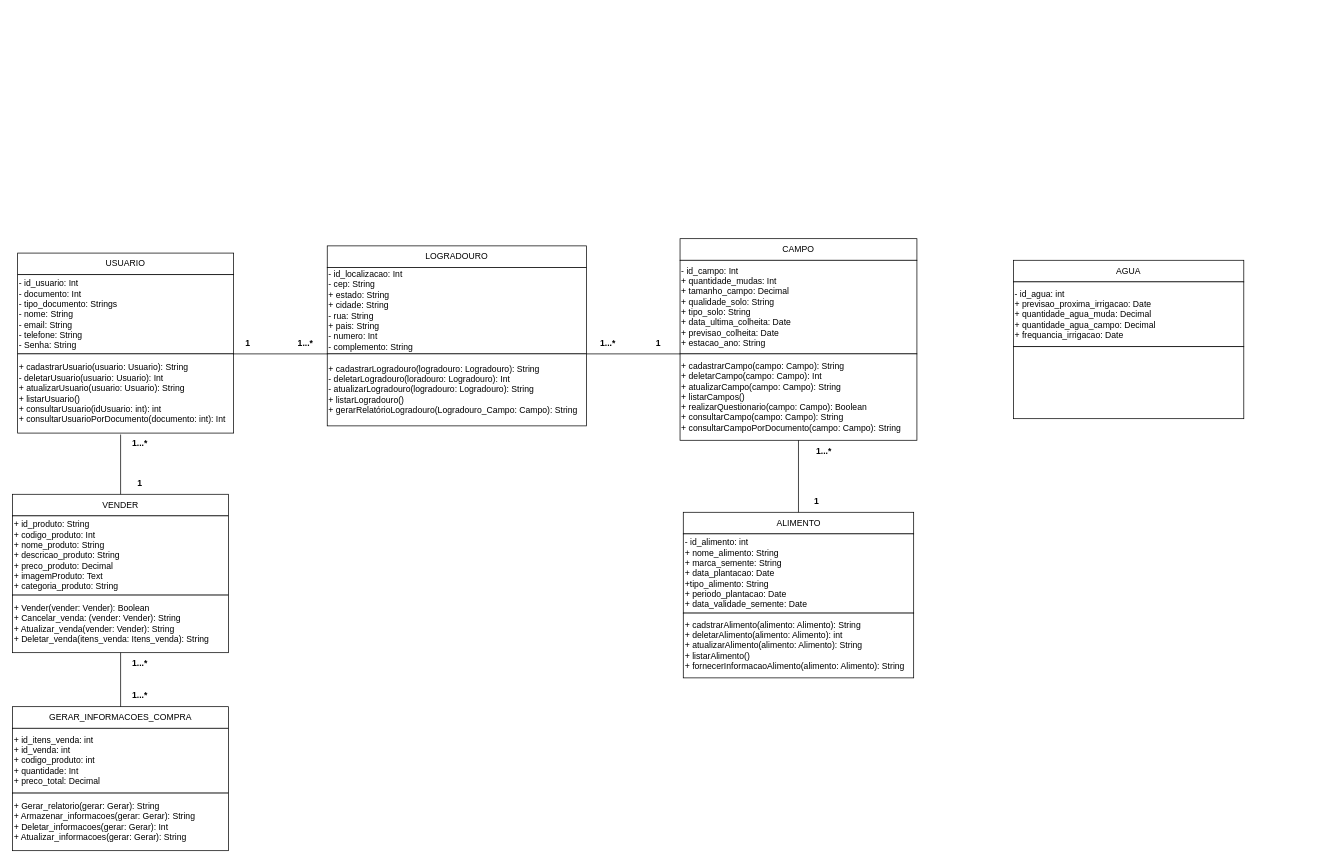
Before: Diagrama de Classes.drawio in Thiago163/POC_MUNDO_VERDE, a draw.io diagram. Source tidied: cells renumbered, new cells numbered last; positions are measured from the earlier drawing's top-left corner, leaving out a move shared by most shapes. Both pictures are drawn from the tidied source at 72%, with x=0, y=0 at pixel (12, 238).
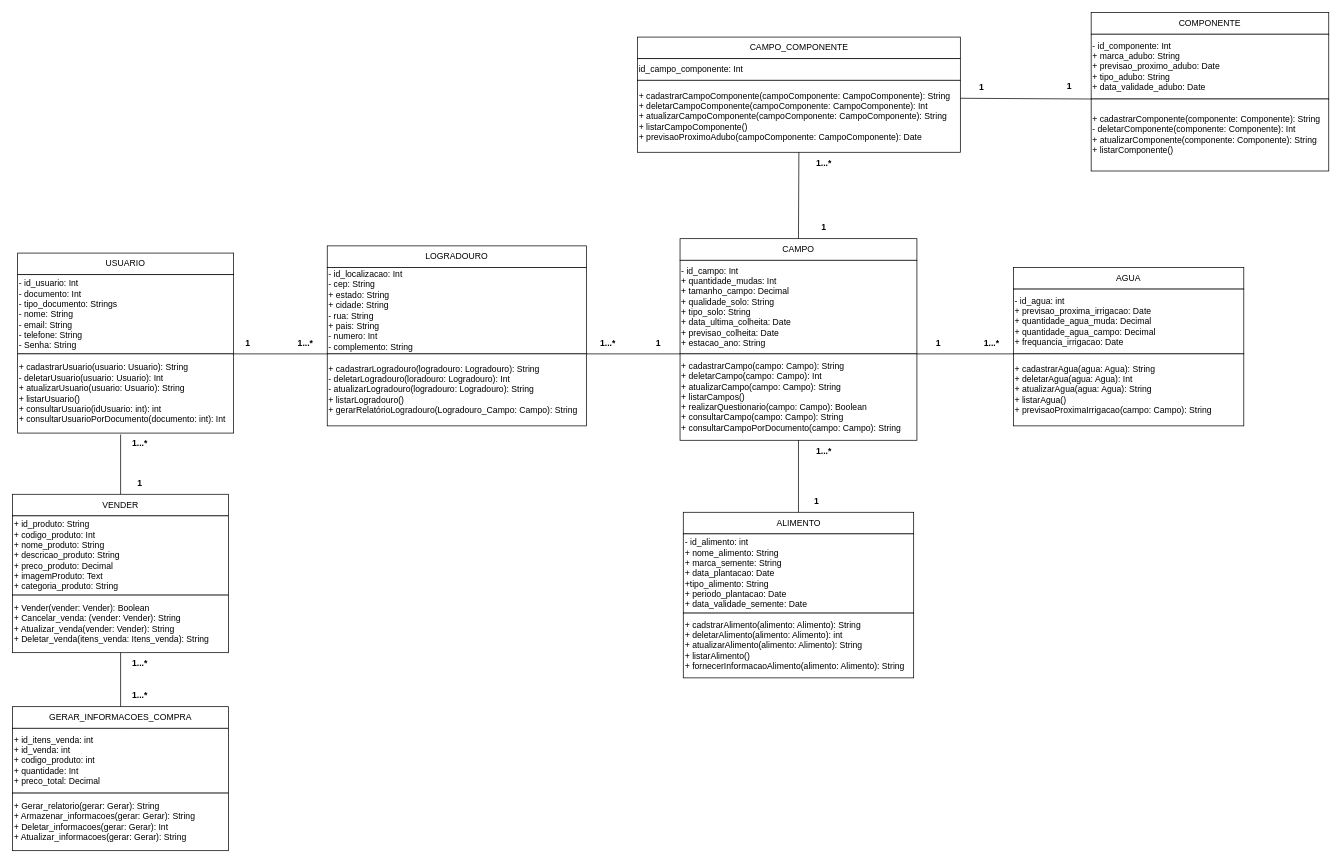
The same page after the edit.

The change refers to these unchanged cells:
```xml
<mxCell id="10" value="CAMPO" style="rounded=0;whiteSpace=wrap;html=1;" parent="1" vertex="1">
  <mxGeometry x="927" width="329" height="30" as="geometry" />
</mxCell>
<mxCell id="11" value="- id_campo: Int&lt;div&gt;+ quantidade_mudas: Int&lt;/div&gt;&lt;div&gt;&lt;span style=&quot;background-color: initial;&quot;&gt;+ tamanho_campo: Decimal&lt;/span&gt;&lt;/div&gt;&lt;div&gt;+ qualidade_solo: String&lt;/div&gt;&lt;div&gt;+ tipo_solo: String&lt;/div&gt;&lt;div&gt;+ data_ultima_colheita: Date&lt;/div&gt;&lt;div&gt;+ previsao_colheita: Date&lt;/div&gt;&lt;div&gt;+ estacao_ano: String&lt;/div&gt;" style="rounded=0;whiteSpace=wrap;html=1;align=left;" parent="1" vertex="1">
  <mxGeometry x="927" y="30" width="329" height="130" as="geometry" />
</mxCell>
```

Diff of the diagram source:
```diff
@@
     <mxCell id="36" value="AGUA" style="rounded=0;whiteSpace=wrap;html=1;" parent="1" vertex="1">
-      <mxGeometry x="1390" y="30" width="320" height="30" as="geometry" />
+      <mxGeometry x="1390" y="40" width="320" height="30" as="geometry" />
     </mxCell>
     <mxCell id="37" value="- id_agua: int&lt;div&gt;+ previsao_proxima_irrigacao: Date&lt;/div&gt;&lt;div&gt;+ quantidade_agua_muda: Decimal&lt;/div&gt;&lt;div&gt;+ quantidade_agua_campo: Decimal&lt;/div&gt;&lt;div&gt;+ frequancia_irrigacao: Date&lt;/div&gt;" style="rounded=0;whiteSpace=wrap;html=1;align=left;" parent="1" vertex="1">
-      <mxGeometry x="1390" y="60" width="320" height="90" as="geometry" />
+      <mxGeometry x="1390" y="70" width="320" height="90" as="geometry" />
     </mxCell>
-    <mxCell id="38" style="rounded=0;whiteSpace=wrap;html=1;align=left;" parent="1" vertex="1">
-      <mxGeometry x="1390" y="150" width="320" height="100" as="geometry" />
+    <mxCell id="38" value="+ cadastrarAgua(agua: Agua): String&lt;div&gt;+ deletarAgua(agua: Agua): Int&lt;/div&gt;&lt;div&gt;+ atualizarAgua(agua: Agua): String&lt;/div&gt;&lt;div&gt;+ listarAgua()&lt;/div&gt;&lt;div&gt;+ previsaoProximaIrrigacao(campo: Campo): String&lt;/div&gt;" style="rounded=0;whiteSpace=wrap;html=1;align=left;" parent="1" vertex="1">
+      <mxGeometry x="1390" y="160" width="320" height="100" as="geometry" />
     </mxCell>
+    <mxCell id="39" style="endArrow=none;html=1;rounded=0;exitX=1;exitY=1;exitDx=0;exitDy=0;entryX=0;entryY=1;entryDx=0;entryDy=0;" parent="1" edge="1" source="11" target="37">
+      <mxGeometry relative="1" as="geometry" />
+    </mxCell>
+    <mxCell id="40" value="&lt;b&gt;1...*&lt;/b&gt;" style="text;html=1;align=center;verticalAlign=middle;whiteSpace=wrap;rounded=0;" parent="1" vertex="1">
+      <mxGeometry x="1330" y="130" width="60" height="30" as="geometry" />
+    </mxCell>
+    <mxCell id="41" value="&lt;b&gt;1&lt;/b&gt;" style="text;html=1;align=center;verticalAlign=middle;whiteSpace=wrap;rounded=0;" parent="1" vertex="1">
+      <mxGeometry x="1256" y="130" width="60" height="30" as="geometry" />
+    </mxCell>
+    <mxCell id="42" value="CAMPO_COMPONENTE" style="rounded=0;whiteSpace=wrap;html=1;" parent="1" vertex="1">
+      <mxGeometry x="867.8" y="-280" width="448.5" height="30" as="geometry" />
+    </mxCell>
+    <mxCell id="43" value="id_campo_componente: Int" style="rounded=0;whiteSpace=wrap;html=1;align=left;" parent="1" vertex="1">
+      <mxGeometry x="867.8" y="-250" width="448.5" height="30" as="geometry" />
+    </mxCell>
+    <mxCell id="44" value="+ cadastrarCampoComponente(campoComponente: CampoComponente): String&lt;div&gt;+ deletarCampoComponente&lt;span style=&quot;background-color: initial;&quot;&gt;(campoComponente: CampoComponente): Int&lt;/span&gt;&lt;/div&gt;&lt;div&gt;&lt;span style=&quot;background-color: initial;&quot;&gt;+ atualizarCampoComponente&lt;/span&gt;&lt;span style=&quot;background-color: initial;&quot;&gt;(campoComponente: CampoComponente): String&lt;/span&gt;&lt;/div&gt;&lt;div&gt;&lt;span style=&quot;background-color: initial;&quot;&gt;+ listarCampoComponente()&lt;/span&gt;&lt;/div&gt;&lt;div&gt;&lt;span style=&quot;background-color: initial;&quot;&gt;+ previsaoProximoAdubo&lt;/span&gt;&lt;span style=&quot;background-color: initial;&quot;&gt;(campoComponente: CampoComponente): Date&lt;/span&gt;&lt;/div&gt;" style="rounded=0;whiteSpace=wrap;html=1;align=left;" parent="1" vertex="1">
+      <mxGeometry x="867.8" y="-220" width="448.5" height="100" as="geometry" />
+    </mxCell>
+    <mxCell id="45" style="endArrow=none;html=1;rounded=0;exitX=0.5;exitY=0;exitDx=0;exitDy=0;entryX=0.5;entryY=1;entryDx=0;entryDy=0;" parent="1" edge="1" source="10" target="44">
+      <mxGeometry relative="1" as="geometry" />
+    </mxCell>
+    <mxCell id="46" value="&lt;b&gt;1&lt;/b&gt;" style="text;html=1;align=center;verticalAlign=middle;whiteSpace=wrap;rounded=0;" parent="1" vertex="1">
+      <mxGeometry x="1097" y="-30" width="60" height="30" as="geometry" />
+    </mxCell>
+    <mxCell id="47" value="&lt;b&gt;1...*&lt;/b&gt;" style="text;html=1;align=center;verticalAlign=middle;whiteSpace=wrap;rounded=0;" parent="1" vertex="1">
+      <mxGeometry x="1097" y="-120" width="60" height="30" as="geometry" />
+    </mxCell>
+    <mxCell id="48" value="COMPONENTE" style="rounded=0;whiteSpace=wrap;html=1;" parent="1" vertex="1">
+      <mxGeometry x="1498" y="-314" width="330" height="30" as="geometry" />
+    </mxCell>
+    <mxCell id="49" value="- id_componente: Int&lt;div&gt;+ marca_adubo: String&lt;/div&gt;&lt;div&gt;+ previsao_proximo_adubo: Date&lt;/div&gt;&lt;div&gt;+ tipo_adubo: String&lt;/div&gt;&lt;div&gt;+ data_validade_adubo: Date&lt;/div&gt;" style="rounded=0;whiteSpace=wrap;html=1;align=left;" parent="1" vertex="1">
+      <mxGeometry x="1498" y="-284" width="330" height="90" as="geometry" />
+    </mxCell>
+    <mxCell id="50" value="+ cadastrarComponente(componente: Componente): String&lt;div&gt;- deletarComponente&lt;span style=&quot;background-color: initial;&quot;&gt;(componente: Componente): Int&lt;/span&gt;&lt;/div&gt;&lt;div&gt;&lt;span style=&quot;background-color: initial;&quot;&gt;+ atualizarComponente&lt;/span&gt;&lt;span style=&quot;background-color: initial;&quot;&gt;(componente: Componente): String&lt;/span&gt;&lt;/div&gt;&lt;div&gt;&lt;span style=&quot;background-color: initial;&quot;&gt;+ listarComponente()&lt;/span&gt;&lt;/div&gt;" style="rounded=0;whiteSpace=wrap;html=1;align=left;" parent="1" vertex="1">
+      <mxGeometry x="1498" y="-194" width="330" height="100" as="geometry" />
+    </mxCell>
+    <mxCell id="51" style="endArrow=none;html=1;rounded=0;exitX=1;exitY=0.25;exitDx=0;exitDy=0;entryX=0;entryY=0;entryDx=0;entryDy=0;" parent="1" edge="1" source="44" target="50">
+      <mxGeometry relative="1" as="geometry" />
+    </mxCell>
+    <mxCell id="52" value="&lt;b&gt;1&lt;/b&gt;" style="text;html=1;align=center;verticalAlign=middle;whiteSpace=wrap;rounded=0;" parent="1" vertex="1">
+      <mxGeometry x="1316.2" y="-225" width="60" height="30" as="geometry" />
+    </mxCell>
+    <mxCell id="53" value="&lt;b&gt;1&lt;/b&gt;" style="text;html=1;align=center;verticalAlign=middle;whiteSpace=wrap;rounded=0;" parent="1" vertex="1">
+      <mxGeometry x="1438" y="-227" width="60" height="30" as="geometry" />
+    </mxCell>
```
